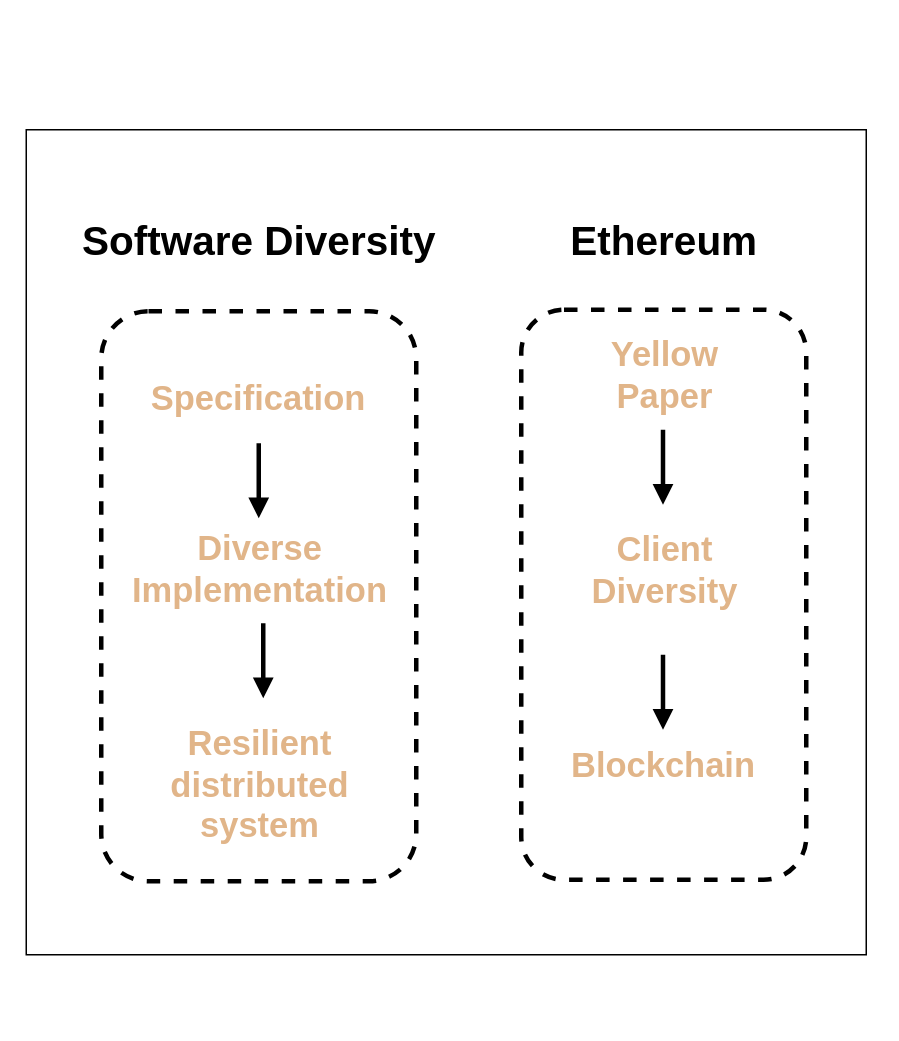
This is flow_sd_eth.drawio from nala7/eth_client_diversity, a draw.io file, before an edit. Source tidied: cells renumbered, new cells numbered last; positions are measured from the earlier drawing's top-left corner, leaving out a move shared by most shapes. Both pictures are drawn from the tidied source at 150%, with x=0, y=0 at pixel (26, 26).
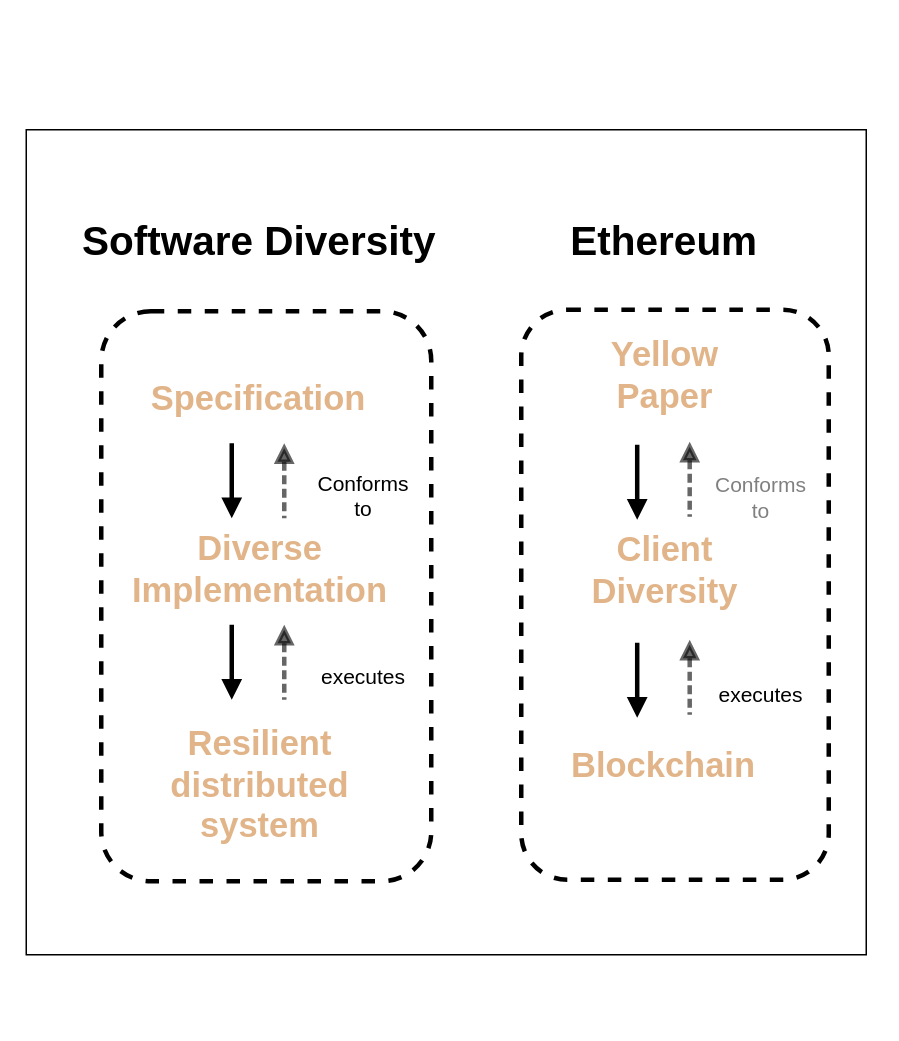
After the change.

The change refers to these unchanged cells:
```xml
<mxCell id="7" style="group;" parent="1" vertex="1">
  <mxGeometry x="40" width="230" height="660" as="geometry" />
</mxCell>
<mxCell id="9" value="&lt;div style=&quot;&quot;&gt;&lt;span style=&quot;background-color: transparent; font-size: 23px;&quot;&gt;&lt;font color=&quot;#e1b589&quot;&gt;&lt;b&gt;Specification&lt;/b&gt;&lt;/font&gt;&lt;/span&gt;&lt;/div&gt;" style="text;whiteSpace=wrap;html=1;align=center;" parent="7" vertex="1">
  <mxGeometry x="15" y="228" width="200" height="50" as="geometry" />
</mxCell>
<mxCell id="10" value="&lt;div style=&quot;text-align: center;&quot;&gt;&lt;span style=&quot;background-color: transparent; font-size: 23px;&quot;&gt;&lt;font color=&quot;#e1b589&quot;&gt;&lt;b&gt;Diverse Implementation&lt;/b&gt;&lt;/font&gt;&lt;/span&gt;&lt;/div&gt;" style="text;whiteSpace=wrap;html=1;" parent="7" vertex="1">
  <mxGeometry x="15" y="328" width="200" height="50" as="geometry" />
</mxCell>
```

What changed in the source:
```diff
@@
     <mxCell id="3" style="rounded=1;whiteSpace=wrap;html=1;strokeColor=light-dark(#000000,#00CCCC);fillColor=light-dark(#FFFFFF,#CCFFFF);strokeWidth=3;dashed=1;" parent="1" vertex="1">
-      <mxGeometry x="330" y="189" width="190" height="380" as="geometry" />
+      <mxGeometry x="330" y="189" width="205" height="380" as="geometry" />
     </mxCell>
@@
     <mxCell id="8" style="rounded=1;whiteSpace=wrap;html=1;strokeColor=light-dark(#000000,#FF8000);fillColor=light-dark(#FFFFFF,#FFE6CC);strokeWidth=3;dashed=1;" parent="7" vertex="1">
-      <mxGeometry x="10" y="190" width="210" height="380" as="geometry" />
+      <mxGeometry x="10" y="190" width="220" height="380" as="geometry" />
     </mxCell>
@@
+    <mxCell id="18" value="&lt;font style=&quot;color: light-dark(rgb(0, 0, 0), rgb(128, 128, 128)); font-size: 14px;&quot;&gt;Conforms to&lt;/font&gt;" style="text;html=1;whiteSpace=wrap;strokeColor=none;fillColor=none;align=center;verticalAlign=middle;rounded=0;" parent="7" vertex="1">
+      <mxGeometry x="150" y="298" width="70" height="30" as="geometry" />
+    </mxCell>
+    <mxCell id="19" style="group;" parent="7" vertex="1">
+      <mxGeometry x="97" y="278" width="35" height="50" as="geometry" />
+    </mxCell>
-    <mxCell id="12" style="endArrow=block;html=1;rounded=0;entryX=0.5;entryY=0;entryDx=0;entryDy=0;exitX=0.5;exitY=1;exitDx=0;exitDy=0;strokeColor=light-dark(#000000,#FF8001);strokeWidth=3;endFill=1;" parent="7" edge="1" source="9" target="10">
-      <mxGeometry relative="1" as="geometry" />
+    <mxCell id="12" style="endArrow=block;html=1;rounded=0;entryX=0.5;entryY=0;entryDx=0;entryDy=0;exitX=0.5;exitY=1;exitDx=0;exitDy=0;strokeColor=light-dark(#000000,#FF8001);strokeWidth=3;endFill=1;" parent="19" edge="1">
+      <mxGeometry relative="1" as="geometry">
+        <mxPoint as="sourcePoint" />
+        <mxPoint y="50" as="targetPoint" />
+      </mxGeometry>
     </mxCell>
-    <mxCell id="13" style="endArrow=block;html=1;rounded=0;entryX=0.5;entryY=0;entryDx=0;entryDy=0;exitX=0.5;exitY=1;exitDx=0;exitDy=0;strokeColor=light-dark(#000000,#FF8001);strokeWidth=3;endFill=1;" parent="7" edge="1">
-      <mxGeometry relative="1" as="geometry">
-        <mxPoint x="118" y="398" as="sourcePoint" />
-        <mxPoint x="118" y="448" as="targetPoint" />
-      </mxGeometry>
-    </mxCell>
-    <mxCell id="14" style="endArrow=block;html=1;rounded=0;entryX=0.5;entryY=0;entryDx=0;entryDy=0;exitX=0.5;exitY=1;exitDx=0;exitDy=0;strokeColor=light-dark(#000000,#00CCCC);strokeWidth=3;endFill=1;" parent="1" edge="1">
-      <mxGeometry relative="1" as="geometry">
-        <mxPoint x="424.5" y="269" as="sourcePoint" />
-        <mxPoint x="424.5" y="319" as="targetPoint" />
-      </mxGeometry>
-    </mxCell>
-    <mxCell id="15" style="endArrow=block;html=1;rounded=0;entryX=0.5;entryY=0;entryDx=0;entryDy=0;exitX=0.5;exitY=1;exitDx=0;exitDy=0;strokeColor=light-dark(#000000,#00CCCC);strokeWidth=3;endFill=1;" parent="1" edge="1">
-      <mxGeometry relative="1" as="geometry">
-        <mxPoint x="424.5" y="419" as="sourcePoint" />
-        <mxPoint x="424.5" y="469" as="targetPoint" />
-      </mxGeometry>
-    </mxCell>
+    <mxCell id="20" style="endArrow=none;html=1;rounded=0;entryX=0.5;entryY=0;entryDx=0;entryDy=0;exitX=0.5;exitY=1;exitDx=0;exitDy=0;strokeColor=light-dark(#000000,#FF8001);strokeWidth=3;endFill=0;dashed=1;startArrow=block;startFill=1;dashPattern=2 1 2 1;opacity=60;" parent="19" edge="1">
+      <mxGeometry relative="1" as="geometry">
+        <mxPoint x="35" as="sourcePoint" />
+        <mxPoint x="35" y="50" as="targetPoint" />
+      </mxGeometry>
+    </mxCell>
+    <mxCell id="21" style="group;" parent="7" vertex="1">
+      <mxGeometry x="97" y="399" width="35" height="50" as="geometry" />
+    </mxCell>
+    <mxCell id="22" style="endArrow=block;html=1;rounded=0;entryX=0.5;entryY=0;entryDx=0;entryDy=0;exitX=0.5;exitY=1;exitDx=0;exitDy=0;strokeColor=light-dark(#000000,#FF8001);strokeWidth=3;endFill=1;" parent="21" edge="1">
+      <mxGeometry relative="1" as="geometry">
+        <mxPoint as="sourcePoint" />
+        <mxPoint y="50" as="targetPoint" />
+      </mxGeometry>
+    </mxCell>
+    <mxCell id="23" style="endArrow=none;html=1;rounded=0;entryX=0.5;entryY=0;entryDx=0;entryDy=0;exitX=0.5;exitY=1;exitDx=0;exitDy=0;strokeColor=light-dark(#000000,#FF8001);strokeWidth=3;endFill=0;dashed=1;startArrow=block;startFill=1;dashPattern=2 1 2 1;opacity=60;" parent="21" edge="1">
+      <mxGeometry relative="1" as="geometry">
+        <mxPoint x="35" as="sourcePoint" />
+        <mxPoint x="35" y="50" as="targetPoint" />
+      </mxGeometry>
+    </mxCell>
+    <mxCell id="24" value="&lt;font style=&quot;color: light-dark(rgb(0, 0, 0), rgb(128, 128, 128)); font-size: 14px;&quot;&gt;executes&lt;/font&gt;" style="text;html=1;whiteSpace=wrap;strokeColor=none;fillColor=none;align=center;verticalAlign=middle;rounded=0;" parent="7" vertex="1">
+      <mxGeometry x="155" y="419" width="60" height="30" as="geometry" />
+    </mxCell>
@@
+    <mxCell id="25" value="&lt;span style=&quot;color: rgb(128, 128, 128); font-size: 14px;&quot;&gt;Conforms to&lt;/span&gt;" style="text;html=1;whiteSpace=wrap;strokeColor=none;fillColor=none;align=center;verticalAlign=middle;rounded=0;direction=east;" parent="1" vertex="1">
+      <mxGeometry x="453" y="299" width="74" height="30" as="geometry" />
+    </mxCell>
+    <mxCell id="26" style="group;direction=east;flipH=1;legacyAnchorPoints=0;" parent="1" vertex="1">
+      <mxGeometry x="407.3" y="277" width="35" height="52" as="geometry" />
+    </mxCell>
+    <mxCell id="27" style="endArrow=block;html=1;rounded=0;entryX=0.5;entryY=0;entryDx=0;entryDy=0;exitX=0.5;exitY=1;exitDx=0;exitDy=0;strokeColor=light-dark(#000000,#00CCCC);strokeWidth=3;endFill=1;" parent="26" edge="1">
+      <mxGeometry relative="1" as="geometry">
+        <mxPoint y="2" as="sourcePoint" />
+        <mxPoint y="52" as="targetPoint" />
+      </mxGeometry>
+    </mxCell>
+    <mxCell id="28" style="endArrow=none;html=1;rounded=0;entryX=0.5;entryY=0;entryDx=0;entryDy=0;exitX=0.5;exitY=1;exitDx=0;exitDy=0;strokeColor=light-dark(#000000,#00CCCC);strokeWidth=3;endFill=0;dashed=1;startArrow=block;startFill=1;dashPattern=2 1 2 1;opacity=60;" parent="26" edge="1">
+      <mxGeometry relative="1" as="geometry">
+        <mxPoint x="35" as="sourcePoint" />
+        <mxPoint x="35" y="50" as="targetPoint" />
+      </mxGeometry>
+    </mxCell>
+    <mxCell id="29" style="group;flipH=1;legacyAnchorPoints=0;" parent="1" vertex="1">
+      <mxGeometry x="407.3" y="409" width="35" height="52" as="geometry" />
+    </mxCell>
+    <mxCell id="30" style="endArrow=block;html=1;rounded=0;entryX=0.5;entryY=0;entryDx=0;entryDy=0;exitX=0.5;exitY=1;exitDx=0;exitDy=0;strokeColor=light-dark(#000000,#00CCCC);strokeWidth=3;endFill=1;" parent="29" edge="1">
+      <mxGeometry relative="1" as="geometry">
+        <mxPoint y="2" as="sourcePoint" />
+        <mxPoint y="52" as="targetPoint" />
+      </mxGeometry>
+    </mxCell>
+    <mxCell id="31" style="endArrow=none;html=1;rounded=0;entryX=0.5;entryY=0;entryDx=0;entryDy=0;exitX=0.5;exitY=1;exitDx=0;exitDy=0;strokeColor=light-dark(#000000,#00CCCC);strokeWidth=3;endFill=0;dashed=1;startArrow=block;startFill=1;dashPattern=2 1 2 1;opacity=60;" parent="29" edge="1">
+      <mxGeometry relative="1" as="geometry">
+        <mxPoint x="35" as="sourcePoint" />
+        <mxPoint x="35" y="50" as="targetPoint" />
+      </mxGeometry>
+    </mxCell>
+    <mxCell id="32" value="&lt;font style=&quot;color: light-dark(rgb(0, 0, 0), rgb(128, 128, 128)); font-size: 14px;&quot;&gt;executes&lt;/font&gt;" style="text;html=1;whiteSpace=wrap;strokeColor=none;fillColor=none;align=center;verticalAlign=middle;rounded=0;" parent="1" vertex="1">
+      <mxGeometry x="460" y="431" width="60" height="30" as="geometry" />
+    </mxCell>
```
